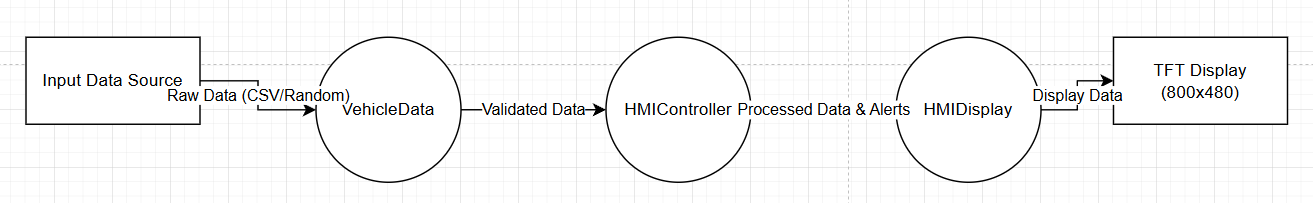
Above: docs/HMI_Meter_DFD.png in lamnguyenduy/HMI-Meter (PlantUML), before the change. Its source is kept beside it as docs/HMI_Meter_DFD.puml.
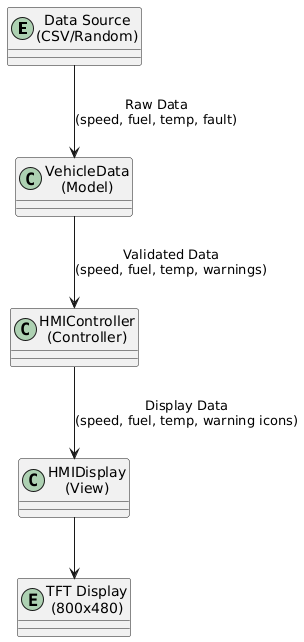
After the commit.

The edit, as a diff of the source:
```diff
@@ -1,8 +1,8 @@
-@startuml HMI_Meter_DFD
-
+@startuml
 !define RECTANGLE class
 
 entity "Data Source\n(CSV/Random)" as DataSource
+entity "TFT Display\n(800x480)" as TFTDisplay
 
 RECTANGLE "VehicleData\n(Model)" as VehicleData
 RECTANGLE "HMIController\n(Controller)" as HMIController
@@ -12,6 +12,5 @@
 VehicleData --> HMIController : Validated Data\n(speed, fuel, temp, warnings)
 HMIController --> HMIDisplay : Display Data\n(speed, fuel, temp, warning icons)
 
-HMIDisplay --> [TFT Display\n(800x480)] : Rendered Interface
-
+HMIDisplay --> TFTDisplay
 @enduml
```
